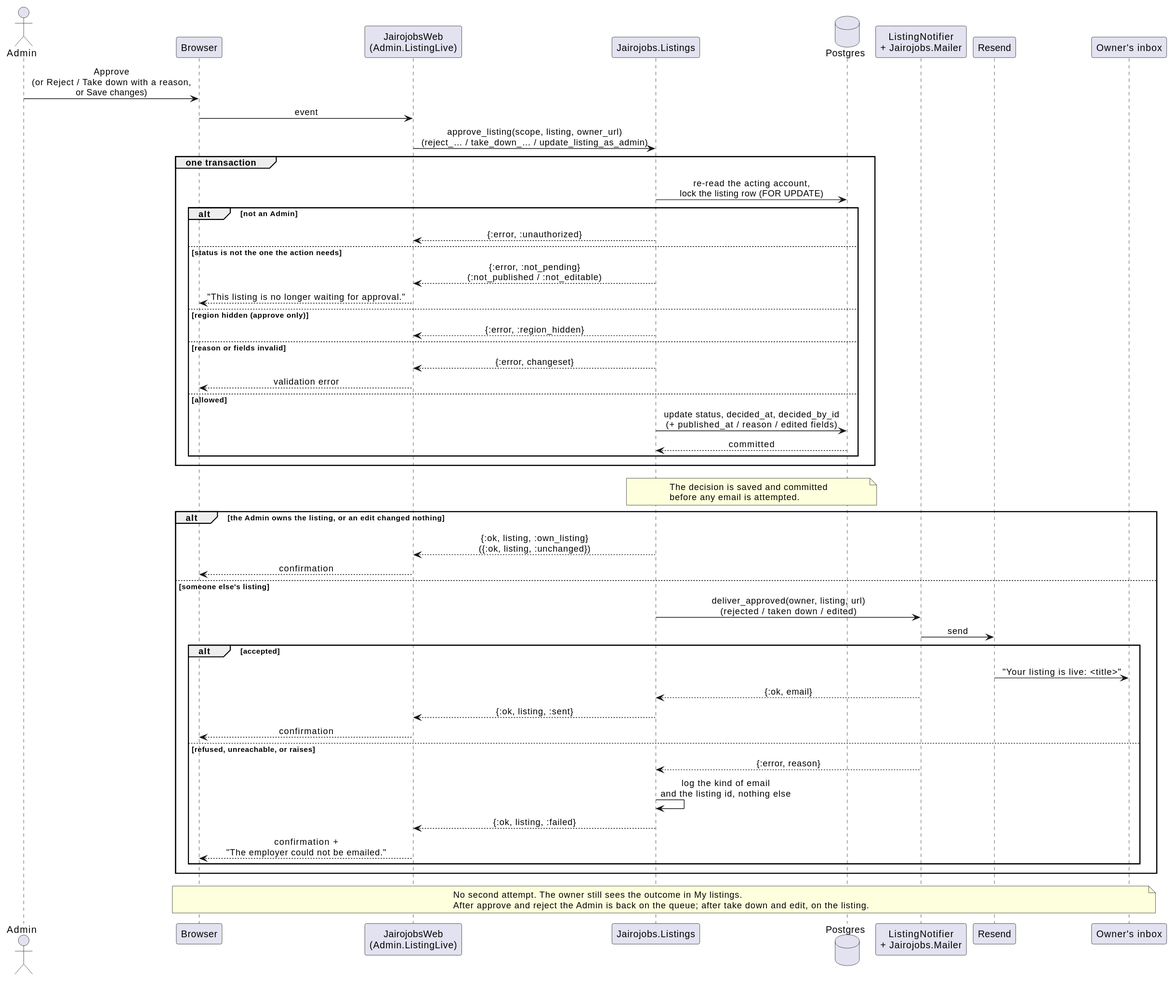
This is docs/specs/004-listings-admin-moderation/diagrams/sequence-decision-email.svg from raseniero/jairojobs-elixir, a PlantUML export, as it was before one commit.
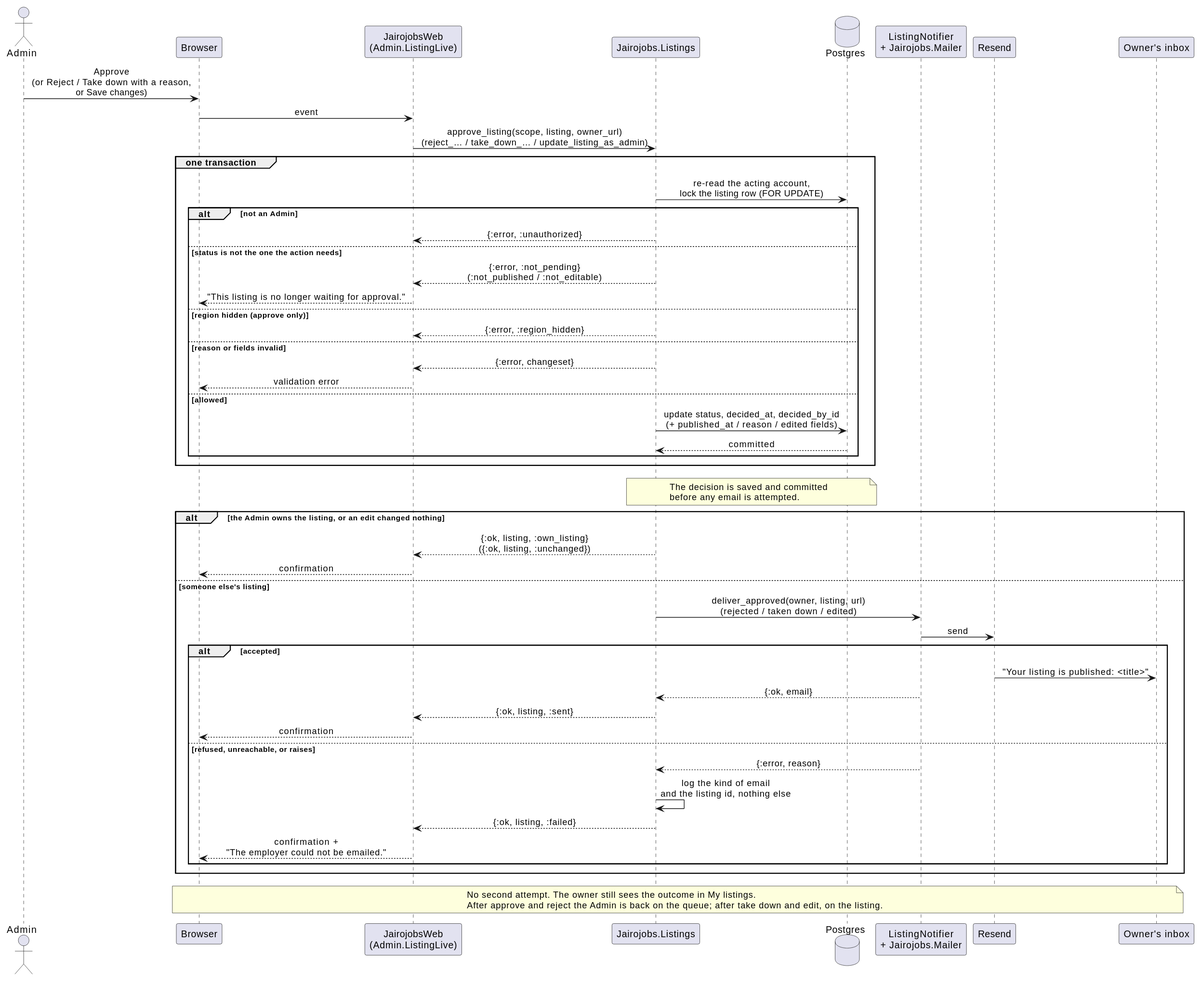
After the commit.

What changed in the source:
```diff
@@ -43,7 +43,7 @@
   L -> M : deliver_approved(owner, listing, url)\n(rejected / taken down / edited)
   M -> R : send
   alt accepted
-    R -> IN : "Your listing is live: <title>"
+    R -> IN : "Your listing is published: <title>"
     M --> L : {:ok, email}
     L --> W : {:ok, listing, :sent}
     W --> B : confirmation
```
